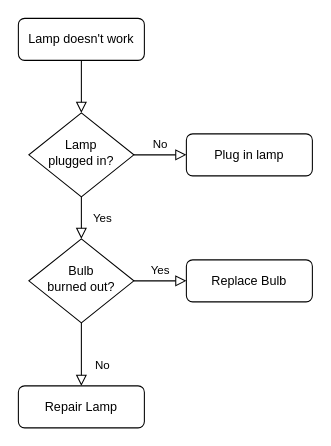
This is Project2.drawio from MadamBlove/CMST385, a draw.io file, before an edit. Source tidied: cells renumbered, new cells numbered last; positions are measured from the earlier drawing's top-left corner, leaving out a move shared by most shapes. Both pictures are drawn from the tidied source at 105%, with x=0, y=0 at pixel (18, 18).
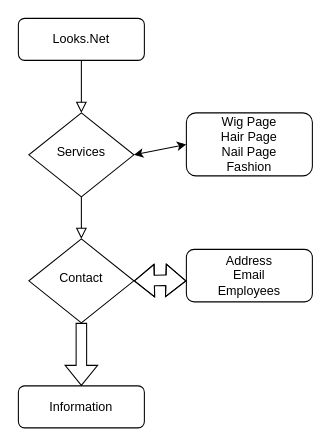
Above is the later version.

Change to the diagram source:
```diff
@@
 <mxGraphModel>
   <root>
     <mxCell id="0" />
     <mxCell id="1" parent="0" />
     <mxCell id="2" style="rounded=0;html=1;jettySize=auto;fontSize=11;endArrow=block;endFill=0;endSize=8;strokeWidth=1;shadow=0;labelBackgroundColor=none;edgeStyle=orthogonalEdgeStyle;" parent="1" edge="1" source="3" target="6">
       <mxGeometry relative="1" as="geometry" />
     </mxCell>
-    <mxCell id="3" value="Lamp doesn't work" style="rounded=1;whiteSpace=wrap;html=1;fontSize=12;glass=0;strokeWidth=1;shadow=0;" parent="1" vertex="1">
+    <mxCell id="3" value="Looks.Net" style="rounded=1;whiteSpace=wrap;html=1;fontSize=12;glass=0;strokeWidth=1;shadow=0;" parent="1" vertex="1">
       <mxGeometry width="120" height="40" as="geometry" />
     </mxCell>
-    <mxCell id="4" value="Yes" style="rounded=0;html=1;jettySize=auto;fontSize=11;endArrow=block;endFill=0;endSize=8;strokeWidth=1;shadow=0;labelBackgroundColor=none;edgeStyle=orthogonalEdgeStyle;" parent="1" edge="1" source="6" target="10">
-      <mxGeometry y="20" relative="1" as="geometry" />
-    </mxCell>
-    <mxCell id="5" value="No" style="edgeStyle=orthogonalEdgeStyle;rounded=0;html=1;jettySize=auto;fontSize=11;endArrow=block;endFill=0;endSize=8;strokeWidth=1;shadow=0;labelBackgroundColor=none;" parent="1" edge="1" source="6" target="7">
-      <mxGeometry y="10" relative="1" as="geometry" />
-    </mxCell>
-    <mxCell id="6" value="Lamp&lt;br&gt;plugged in?" style="rhombus;whiteSpace=wrap;html=1;shadow=0;fontFamily=Helvetica;fontSize=12;align=center;strokeWidth=1;spacing=6;spacingTop=-4;" parent="1" vertex="1">
+    <mxCell id="6" value="Services" style="rhombus;whiteSpace=wrap;html=1;shadow=0;fontFamily=Helvetica;fontSize=12;align=center;strokeWidth=1;spacing=6;spacingTop=-4;" parent="1" vertex="1">
       <mxGeometry x="10" y="90" width="100" height="80" as="geometry" />
     </mxCell>
-    <mxCell id="7" value="Plug in lamp" style="rounded=1;whiteSpace=wrap;html=1;fontSize=12;glass=0;strokeWidth=1;shadow=0;" parent="1" vertex="1">
-      <mxGeometry x="160" y="110" width="120" height="40" as="geometry" />
+    <mxCell id="7" value="Wig Page&lt;br&gt;Hair Page&lt;br&gt;Nail Page&lt;br&gt;Fashion" style="rounded=1;whiteSpace=wrap;html=1;fontSize=12;glass=0;strokeWidth=1;shadow=0;" parent="1" vertex="1">
+      <mxGeometry x="160" y="90" width="120" height="60" as="geometry" />
     </mxCell>
-    <mxCell id="8" value="No" style="rounded=0;html=1;jettySize=auto;fontSize=11;endArrow=block;endFill=0;endSize=8;strokeWidth=1;shadow=0;labelBackgroundColor=none;edgeStyle=orthogonalEdgeStyle;" parent="1" edge="1" source="10" target="11">
-      <mxGeometry x="0.33" y="20" relative="1" as="geometry" />
-    </mxCell>
-    <mxCell id="9" value="Yes" style="edgeStyle=orthogonalEdgeStyle;rounded=0;html=1;jettySize=auto;fontSize=11;endArrow=block;endFill=0;endSize=8;strokeWidth=1;shadow=0;labelBackgroundColor=none;" parent="1" edge="1" source="10" target="12">
-      <mxGeometry y="10" relative="1" as="geometry" />
-    </mxCell>
-    <mxCell id="10" value="Bulb&lt;br&gt;burned out?" style="rhombus;whiteSpace=wrap;html=1;shadow=0;fontFamily=Helvetica;fontSize=12;align=center;strokeWidth=1;spacing=6;spacingTop=-4;" parent="1" vertex="1">
+    <mxCell id="10" value="Contact" style="rhombus;whiteSpace=wrap;html=1;shadow=0;fontFamily=Helvetica;fontSize=12;align=center;strokeWidth=1;spacing=6;spacingTop=-4;" parent="1" vertex="1">
       <mxGeometry x="10" y="210" width="100" height="80" as="geometry" />
     </mxCell>
-    <mxCell id="11" value="Repair Lamp" style="rounded=1;whiteSpace=wrap;html=1;fontSize=12;glass=0;strokeWidth=1;shadow=0;" parent="1" vertex="1">
+    <mxCell id="11" value="Information" style="rounded=1;whiteSpace=wrap;html=1;fontSize=12;glass=0;strokeWidth=1;shadow=0;" parent="1" vertex="1">
       <mxGeometry y="350" width="120" height="40" as="geometry" />
     </mxCell>
-    <mxCell id="12" value="Replace Bulb" style="rounded=1;whiteSpace=wrap;html=1;fontSize=12;glass=0;strokeWidth=1;shadow=0;" parent="1" vertex="1">
-      <mxGeometry x="160" y="230" width="120" height="40" as="geometry" />
+    <mxCell id="12" value="Address&lt;br&gt;Email&lt;br&gt;Employees" style="rounded=1;whiteSpace=wrap;html=1;fontSize=12;glass=0;strokeWidth=1;shadow=0;" parent="1" vertex="1">
+      <mxGeometry x="160" y="220" width="120" height="50" as="geometry" />
     </mxCell>
+    <mxCell id="13" style="rounded=0;html=1;jettySize=auto;fontSize=11;endArrow=block;endFill=0;endSize=8;strokeWidth=1;shadow=0;labelBackgroundColor=none;edgeStyle=orthogonalEdgeStyle;exitX=0.5;exitY=1;exitDx=0;exitDy=0;" parent="1" edge="1" source="6">
+      <mxGeometry relative="1" as="geometry">
+        <mxPoint x="60" y="210" as="targetPoint" />
+      </mxGeometry>
+    </mxCell>
+    <mxCell id="8" style="rounded=0;html=1;jettySize=auto;fontSize=11;endArrow=block;endFill=0;strokeWidth=1;shadow=0;labelBackgroundColor=none;edgeStyle=orthogonalEdgeStyle;exitX=0.5;exitY=1;exitDx=0;exitDy=0;entryX=0.5;entryY=0;entryDx=0;entryDy=0;shape=flexArrow;" parent="1" edge="1" source="10" target="11">
+      <mxGeometry relative="1" as="geometry" />
+    </mxCell>
+    <mxCell id="14" style="shape=flexArrow;endArrow=classic;startArrow=classic;html=1;" parent="1" edge="1">
+      <mxGeometry relative="1" as="geometry">
+        <mxPoint x="110" y="250" as="sourcePoint" />
+        <mxPoint x="160" y="250" as="targetPoint" />
+        <Array as="points">
+          <mxPoint x="140" y="249.5" />
+        </Array>
+      </mxGeometry>
+    </mxCell>
+    <mxCell id="5" style="endArrow=classic;startArrow=classic;html=1;exitX=1;exitY=0.5;exitDx=0;exitDy=0;entryX=0;entryY=0.5;entryDx=0;entryDy=0;" parent="1" edge="1" source="6" target="7">
+      <mxGeometry relative="1" as="geometry" />
+    </mxCell>
   </root>
 </mxGraphModel>
```
